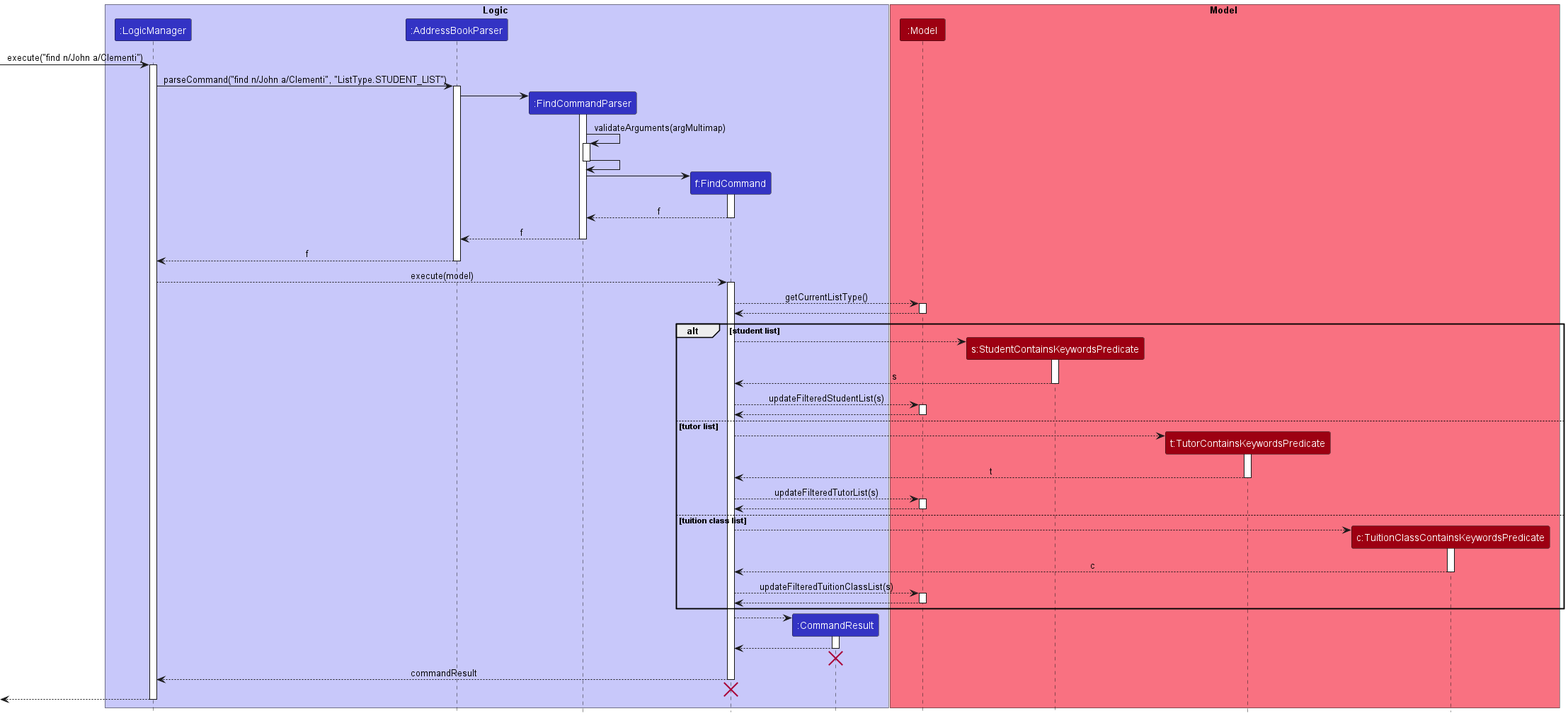
This is docs/images/FindSequenceDiagram.png from nus-cs2103-AY2223S1/tp, a PlantUML export, as it was before one commit.
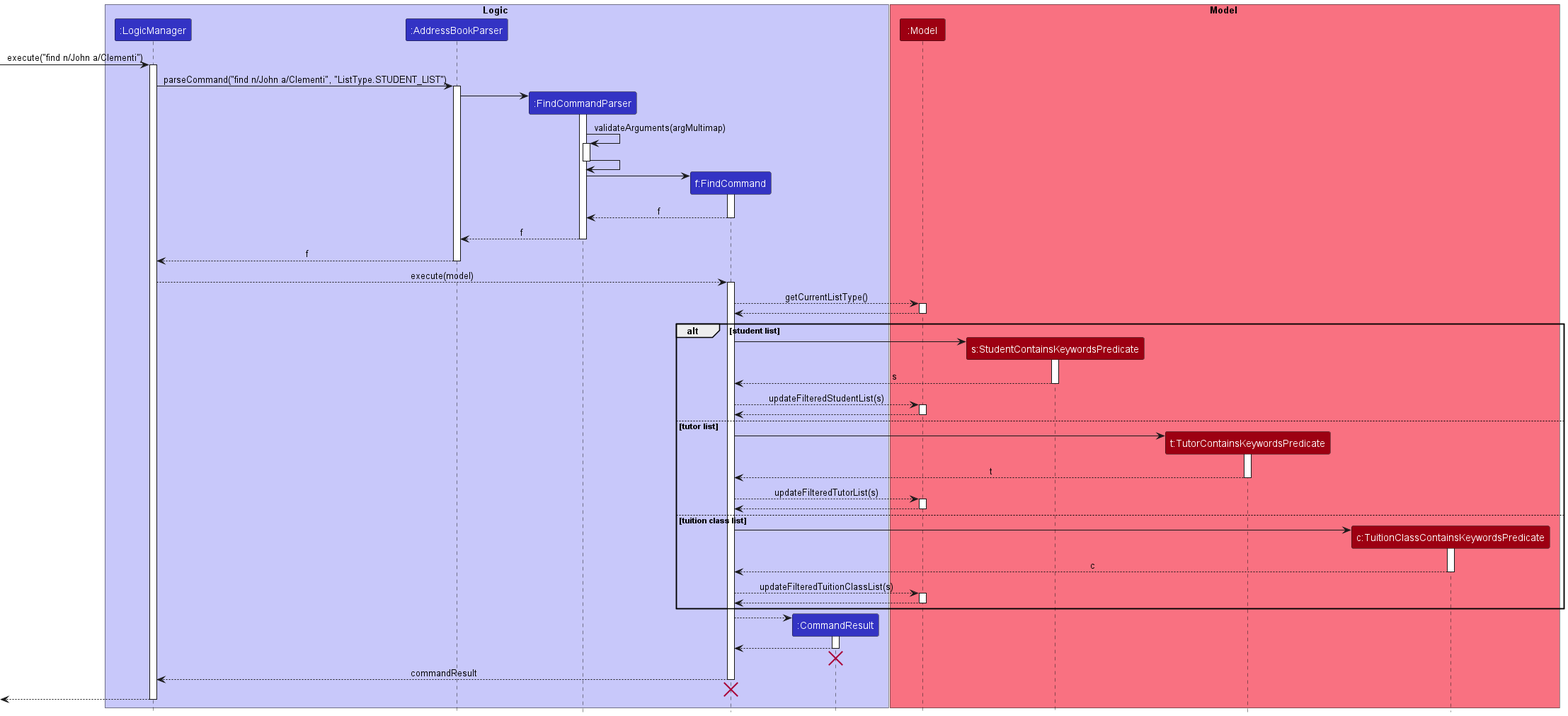
Later version of the same file.

Commit message:
Fix find sequence diagram

What changed in the source:
```diff
@@ -57,7 +57,7 @@
 alt student list
 
 create StudentContainsKeywordsPredicate
-FindCommand --> StudentContainsKeywordsPredicate
+FindCommand -> StudentContainsKeywordsPredicate
 activate StudentContainsKeywordsPredicate
 
 StudentContainsKeywordsPredicate --> FindCommand : s
@@ -72,7 +72,7 @@
 else tutor list
 
 create TutorContainsKeywordsPredicate
-FindCommand --> TutorContainsKeywordsPredicate
+FindCommand -> TutorContainsKeywordsPredicate
 activate TutorContainsKeywordsPredicate
 
 TutorContainsKeywordsPredicate --> FindCommand : t
@@ -87,7 +87,7 @@
 else tuition class list
 
 create TuitionClassContainsKeywordsPredicate
-FindCommand --> TuitionClassContainsKeywordsPredicate
+FindCommand -> TuitionClassContainsKeywordsPredicate
 activate TuitionClassContainsKeywordsPredicate
 
 TuitionClassContainsKeywordsPredicate --> FindCommand : c
```
